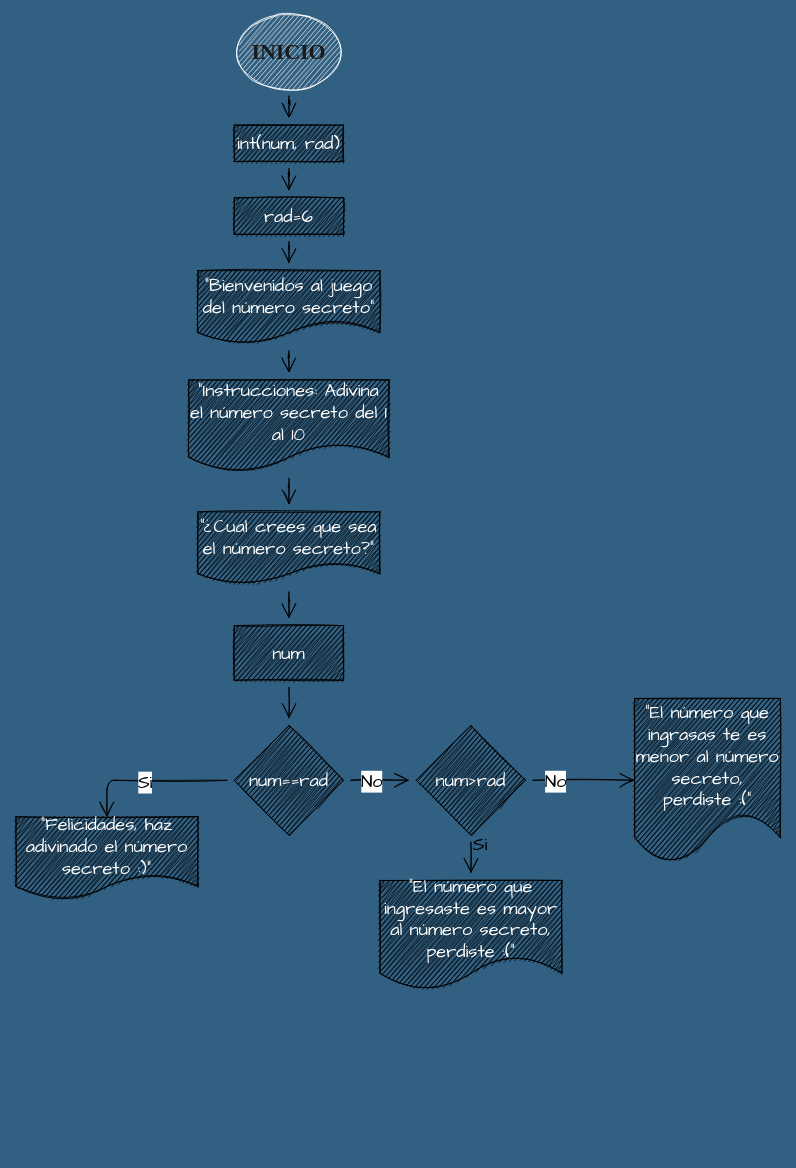
Before: Proyecto_Final_1/Diagrama sin título.drawio in nicknighmere/Pensamiento_computacional, a draw.io diagram. Source tidied: cells renumbered, new cells numbered last; positions are measured from the earlier drawing's top-left corner, leaving out a move shared by most shapes. Both pictures are drawn from the tidied source at 91%, with x=0, y=0 at pixel (15, 15).
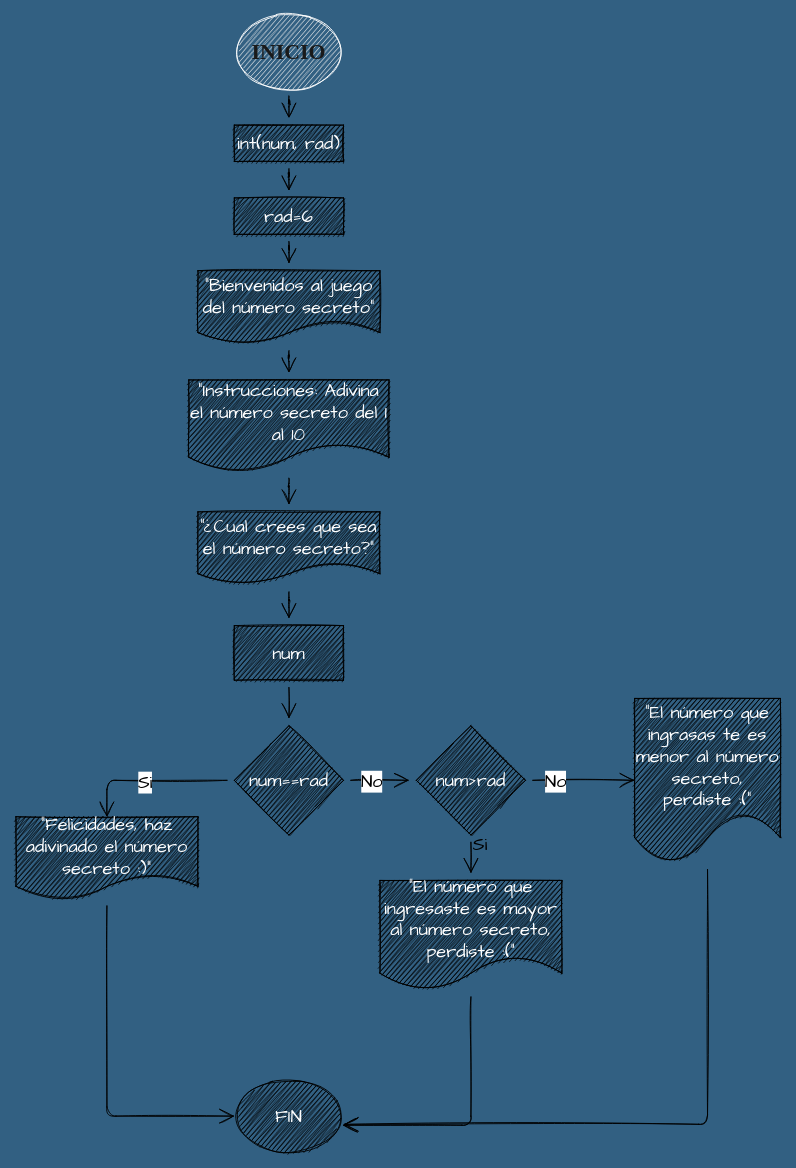
The same page after the edit.

Unchanged cells that the change refers to:
```xml
<mxCell id="21" value="&quot;Felicidades, haz adivinado el número secreto :)&quot;" style="shape=document;whiteSpace=wrap;html=1;boundedLbl=1;labelBackgroundColor=none;sketch=1;hachureGap=4;fillStyle=zigzag;fontFamily=Architects Daughter;fontSize=20;fontColor=#FFFFFF;fillColor=#000000;" parent="1" vertex="1">
  <mxGeometry y="880" width="200" height="90" as="geometry" />
</mxCell>
<mxCell id="26" value="&quot;El número que ingresaste es mayor al número secreto, perdiste :(&quot;" style="shape=document;whiteSpace=wrap;html=1;boundedLbl=1;labelBackgroundColor=none;sketch=1;hachureGap=4;fillStyle=zigzag;fontFamily=Architects Daughter;fontSize=20;fontColor=#FFFFFF;fillColor=#000000;" parent="1" vertex="1">
  <mxGeometry x="400" y="950" width="200" height="120" as="geometry" />
</mxCell>
<mxCell id="27" value="&quot;El número que ingrasas te es menor al número secreto, perdiste :(&quot;" style="shape=document;whiteSpace=wrap;html=1;boundedLbl=1;labelBackgroundColor=none;sketch=1;hachureGap=4;fillStyle=zigzag;fontFamily=Architects Daughter;fontSize=20;fontColor=#FFFFFF;fillColor=#000000;" parent="1" vertex="1">
  <mxGeometry x="680" y="750" width="160" height="180" as="geometry" />
</mxCell>
```

The edit, as a diff of the source:
```diff
@@
+    <mxCell id="29" style="edgeStyle=orthogonalEdgeStyle;sketch=1;hachureGap=4;jettySize=auto;html=1;entryX=0;entryY=0.5;entryDx=0;entryDy=0;fontFamily=Architects Daughter;fontSize=16;fontColor=#000000;endArrow=open;startSize=14;endSize=14;sourcePerimeterSpacing=8;targetPerimeterSpacing=8;" parent="1" edge="1" source="21" target="32">
+      <mxGeometry relative="1" as="geometry">
+        <Array as="points">
+          <mxPoint x="100" y="1209" />
+        </Array>
+      </mxGeometry>
+    </mxCell>
@@
+    <mxCell id="30" style="edgeStyle=orthogonalEdgeStyle;sketch=1;hachureGap=4;jettySize=auto;html=1;entryX=0.992;entryY=0.625;entryDx=0;entryDy=0;entryPerimeter=0;fontFamily=Architects Daughter;fontSize=16;fontColor=#000000;endArrow=open;startSize=14;endSize=14;sourcePerimeterSpacing=8;targetPerimeterSpacing=8;" parent="1" edge="1" source="26" target="32">
+      <mxGeometry relative="1" as="geometry">
+        <Array as="points">
+          <mxPoint x="500" y="1219" />
+        </Array>
+      </mxGeometry>
+    </mxCell>
@@
+    <mxCell id="31" style="edgeStyle=orthogonalEdgeStyle;sketch=1;hachureGap=4;jettySize=auto;html=1;entryX=1;entryY=0.613;entryDx=0;entryDy=0;entryPerimeter=0;fontFamily=Architects Daughter;fontSize=16;fontColor=#000000;endArrow=open;startSize=14;endSize=14;sourcePerimeterSpacing=8;targetPerimeterSpacing=8;" parent="1" edge="1" source="27" target="32">
+      <mxGeometry relative="1" as="geometry">
+        <Array as="points">
+          <mxPoint x="760" y="1218" />
+        </Array>
+      </mxGeometry>
+    </mxCell>
@@
+    <mxCell id="32" value="&lt;font color=&quot;#ffffff&quot;&gt;FIN&lt;/font&gt;" style="ellipse;whiteSpace=wrap;html=1;labelBackgroundColor=none;sketch=1;hachureGap=4;fillStyle=zigzag;fontFamily=Architects Daughter;fontSize=20;fontColor=#000000;fillColor=#000000;" parent="1" vertex="1">
+      <mxGeometry x="240" y="1169" width="120" height="80" as="geometry" />
+    </mxCell>
```
